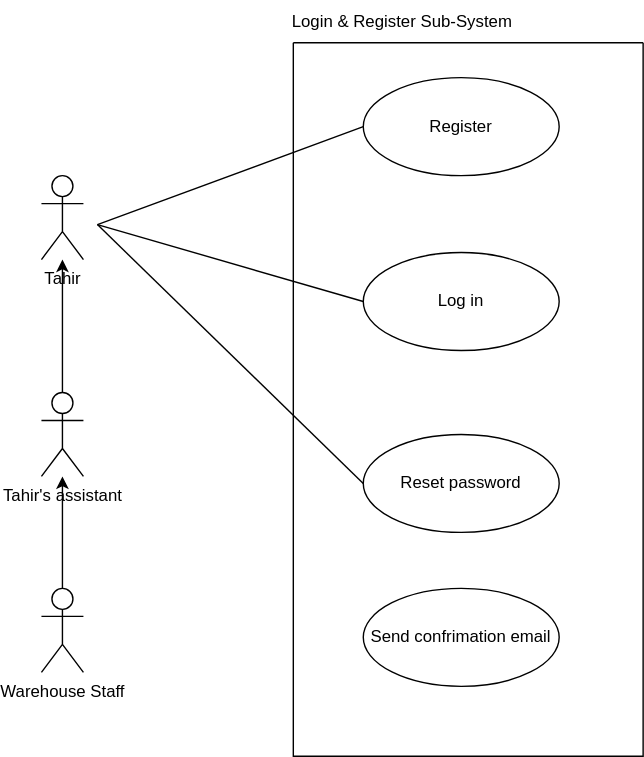
Simamkele88/IFM3_GP keeps this draw.io diagram as Login Register.svg. Above is the earlier version. Source tidied: cells renumbered, new cells last; positions are measured from the earlier drawing's top-left corner, leaving out a move shared by most shapes.
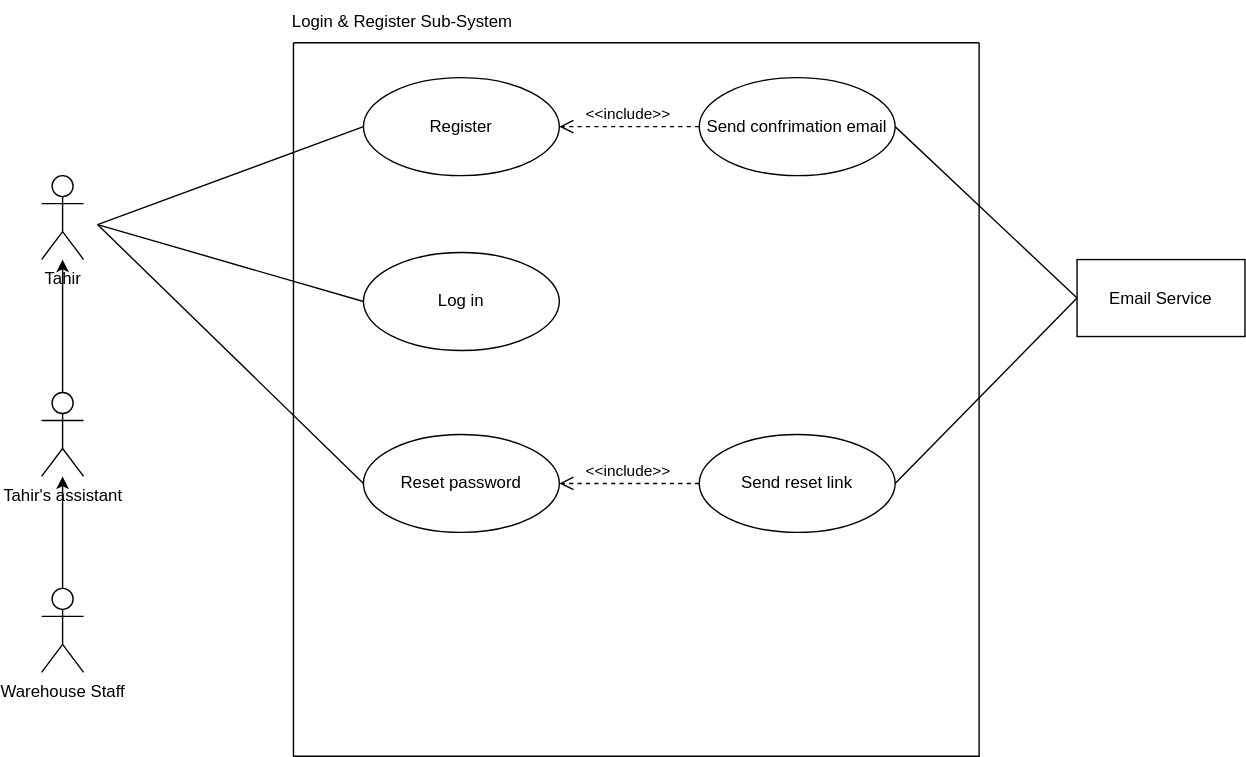
After the change.

The edit, as a diff of the source:
```diff
@@ -6,7 +6,7 @@
       <mxGeometry y="280" width="30" height="60" as="geometry" />
     </mxCell>
     <mxCell id="3" style="swimlane;startSize=0;" parent="1" vertex="1">
-      <mxGeometry x="180" y="30" width="250" height="510" as="geometry" />
+      <mxGeometry x="180" y="30" width="490" height="510" as="geometry" />
     </mxCell>
     <mxCell id="4" value="Log in" style="ellipse;whiteSpace=wrap;html=1;strokeColor=default;align=center;verticalAlign=middle;fontFamily=Helvetica;fontSize=12;fontColor=default;fillColor=default;" parent="3" vertex="1">
       <mxGeometry x="50" y="150" width="140" height="70" as="geometry" />
@@ -18,8 +18,17 @@
       <mxGeometry x="50" y="280" width="140" height="70" as="geometry" />
     </mxCell>
     <mxCell id="7" value="Send confrimation email" style="ellipse;whiteSpace=wrap;html=1;" parent="3" vertex="1">
-      <mxGeometry x="50" y="390" width="140" height="70" as="geometry" />
+      <mxGeometry x="290" y="25" width="140" height="70" as="geometry" />
     </mxCell>
+    <mxCell id="16" value="Send reset link" style="ellipse;whiteSpace=wrap;html=1;" parent="3" vertex="1">
+      <mxGeometry x="290" y="280" width="140" height="70" as="geometry" />
+    </mxCell>
+    <mxCell id="17" value="&amp;lt;&amp;lt;include&amp;gt;&amp;gt;" style="html=1;verticalAlign=bottom;endArrow=open;dashed=1;endSize=8;curved=0;rounded=0;entryX=1;entryY=0.5;entryDx=0;entryDy=0;exitX=0;exitY=0.5;exitDx=0;exitDy=0;" parent="3" edge="1" source="16" target="6">
+      <mxGeometry relative="1" as="geometry" />
+    </mxCell>
+    <mxCell id="18" value="&amp;lt;&amp;lt;include&amp;gt;&amp;gt;" style="html=1;verticalAlign=bottom;endArrow=open;dashed=1;endSize=8;curved=0;rounded=0;exitX=0;exitY=0.5;exitDx=0;exitDy=0;" parent="3" edge="1" source="7" target="5">
+      <mxGeometry relative="1" as="geometry" />
+    </mxCell>
     <mxCell id="8" value="Login &amp;amp; Register Sub-System" style="text;html=1;align=center;verticalAlign=middle;whiteSpace=wrap;rounded=0;" parent="1" vertex="1">
       <mxGeometry x="170" width="176" height="30" as="geometry" />
     </mxCell>
@@ -50,5 +59,14 @@
         <mxPoint x="40" y="160" as="sourcePoint" />
       </mxGeometry>
     </mxCell>
+    <mxCell id="19" value="Email Service" style="rounded=0;whiteSpace=wrap;html=1;" parent="1" vertex="1">
+      <mxGeometry x="740" y="185" width="120" height="55" as="geometry" />
+    </mxCell>
+    <mxCell id="20" style="endArrow=none;html=1;rounded=0;entryX=0;entryY=0.5;entryDx=0;entryDy=0;exitX=1;exitY=0.5;exitDx=0;exitDy=0;" parent="1" edge="1" source="16" target="19">
+      <mxGeometry relative="1" as="geometry" />
+    </mxCell>
+    <mxCell id="21" style="endArrow=none;html=1;rounded=0;exitX=1;exitY=0.5;exitDx=0;exitDy=0;entryX=0;entryY=0.5;entryDx=0;entryDy=0;" parent="1" edge="1" source="7" target="19">
+      <mxGeometry relative="1" as="geometry" />
+    </mxCell>
   </root>
 </mxGraphModel>
```
